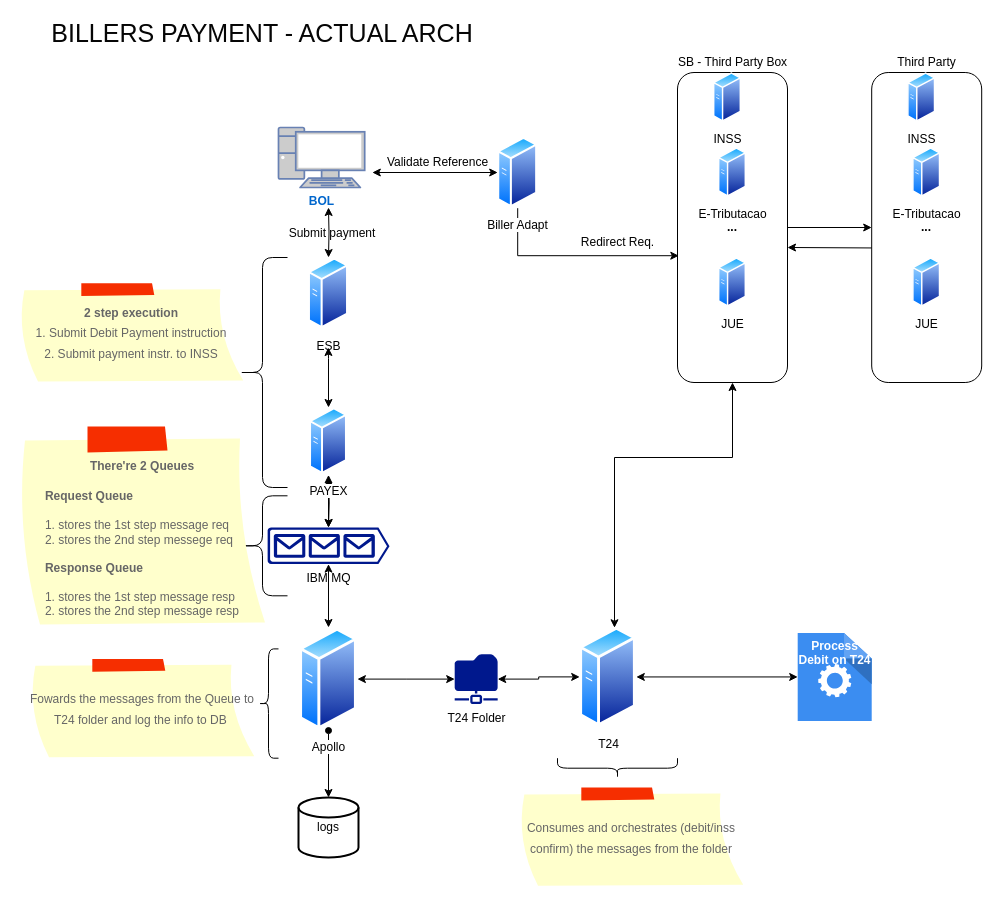
Above: page "Actual Arch" (1 of 2) of Untitled Diagram.drawio in Klaucio/aula (draw.io), before the change. Source tidied: cells renumbered, new cells numbered last; positions are measured from the earlier drawing's top-left corner, leaving out a move shared by most shapes. Both pictures are drawn from the tidied source at 100%, with x=0, y=0 at pixel (17, 17).
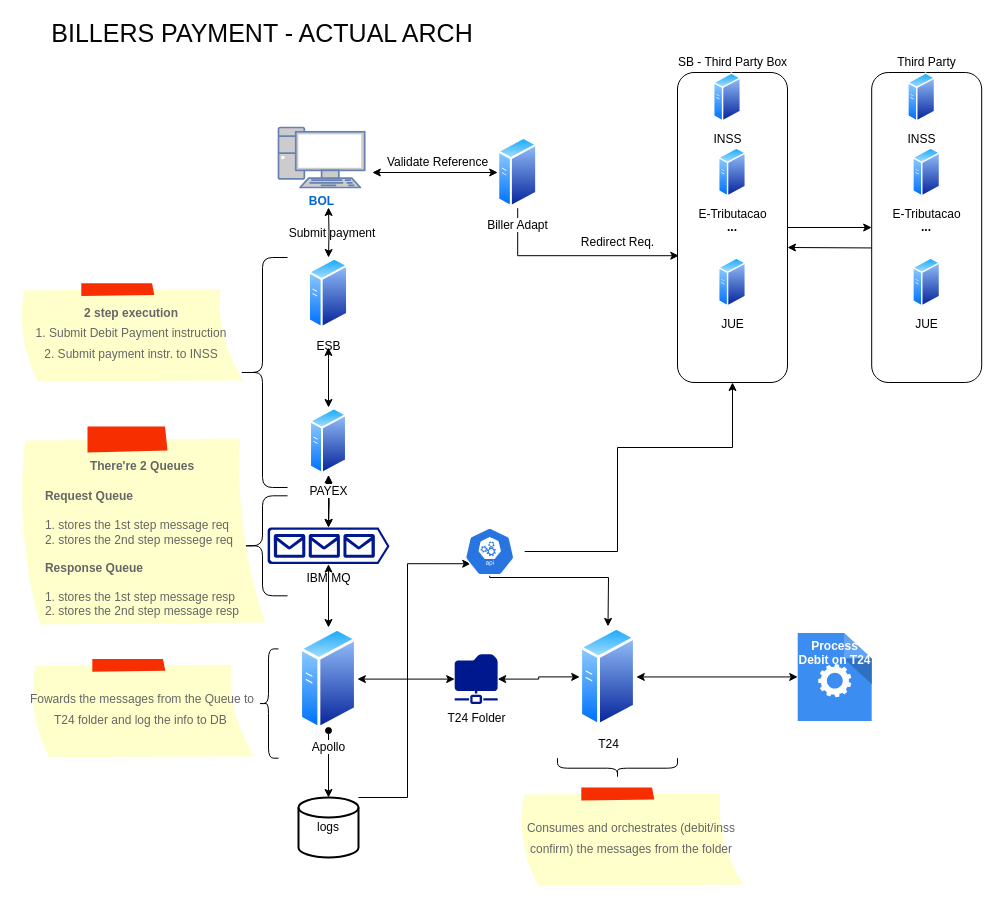
The same diagram, later.

Unchanged cells that the change refers to:
```xml
<mxCell id="3" value="&lt;b&gt;...&lt;/b&gt;" style="rounded=1;whiteSpace=wrap;html=1;" parent="1" vertex="1">
  <mxGeometry x="660" y="55" width="110" height="310" as="geometry" />
</mxCell>
<mxCell id="27" value="T24" style="perimeter=ellipsePerimeter;html=1;align=center;shadow=0;dashed=0;spacingTop=3;image;image=img/lib/active_directory/generic_server.svg;direction=east;" parent="1" vertex="1">
  <mxGeometry x="562.2" y="608.9" width="56.6" height="101.1" as="geometry" />
</mxCell>
<mxCell id="35" value="logs" style="strokeWidth=2;html=1;shape=mxgraph.flowchart.database;whiteSpace=wrap;fontSize=12;fontColor=#050505;" parent="1" vertex="1">
  <mxGeometry x="281" y="780" width="60" height="60" as="geometry" />
</mxCell>
```

Diff of the diagram source:
```diff
@@
+    <mxCell id="48" style="edgeStyle=orthogonalEdgeStyle;rounded=0;jettySize=auto;html=1;entryX=0.228;entryY=0.755;entryDx=0;entryDy=0;entryPerimeter=0;" parent="1" edge="1" source="35" target="51">
+      <mxGeometry relative="1" as="geometry">
+        <Array as="points">
+          <mxPoint x="390" y="780" />
+          <mxPoint x="390" y="546" />
+        </Array>
+      </mxGeometry>
+    </mxCell>
@@
-    <mxCell id="25" style="edgeStyle=orthogonalEdgeStyle;rounded=0;jettySize=auto;html=1;entryX=0.5;entryY=1;entryDx=0;entryDy=0;fontColor=#FFFFFF;startArrow=classic;startFill=1;" parent="1" edge="1" source="27" target="3">
-      <mxGeometry relative="1" as="geometry">
-        <Array as="points">
-          <mxPoint x="597" y="440" />
-          <mxPoint x="715" y="440" />
-        </Array>
-      </mxGeometry>
-    </mxCell>
@@
+    <mxCell id="49" style="edgeStyle=orthogonalEdgeStyle;rounded=0;jettySize=auto;html=1;" parent="1" edge="1" source="51" target="3">
+      <mxGeometry relative="1" as="geometry">
+        <Array as="points">
+          <mxPoint x="600" y="534" />
+          <mxPoint x="600" y="430" />
+          <mxPoint x="715" y="430" />
+        </Array>
+      </mxGeometry>
+    </mxCell>
+    <mxCell id="50" style="edgeStyle=orthogonalEdgeStyle;rounded=0;jettySize=auto;html=1;" parent="1" edge="1" source="51" target="27">
+      <mxGeometry relative="1" as="geometry">
+        <Array as="points">
+          <mxPoint x="472" y="560" />
+          <mxPoint x="591" y="560" />
+        </Array>
+      </mxGeometry>
+    </mxCell>
+    <mxCell id="51" style="sketch=0;html=1;dashed=0;whitespace=wrap;fillColor=#2875E2;strokeColor=#ffffff;points=[[0.005,0.63,0],[0.1,0.2,0],[0.9,0.2,0],[0.5,0,0],[0.995,0.63,0],[0.72,0.99,0],[0.5,1,0],[0.28,0.99,0]];verticalLabelPosition=bottom;align=center;verticalAlign=top;shape=mxgraph.kubernetes.icon;prIcon=api;" parent="1" vertex="1">
+      <mxGeometry x="437.2" y="510" width="70" height="48" as="geometry" />
+    </mxCell>
```
